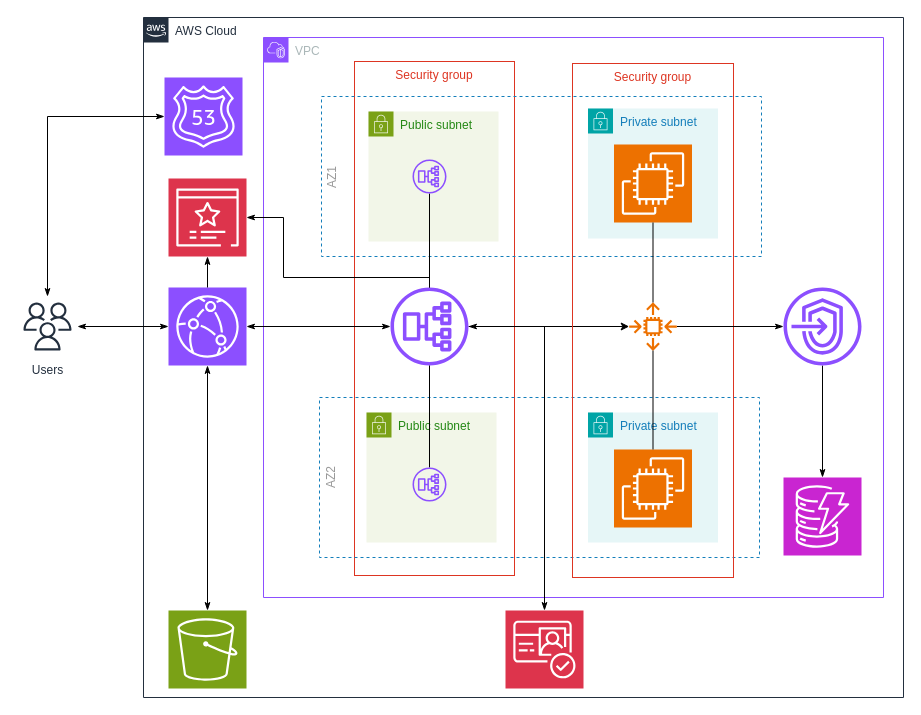
Above: docs/deployments.drawio in ospatil/aws-deployment-examples (draw.io), before the change. Source tidied: cells renumbered, new cells numbered last; positions are measured from the earlier drawing's top-left corner, leaving out a move shared by most shapes. Both pictures are drawn from the tidied source at 100%, with x=0, y=0 at pixel (17, 17).
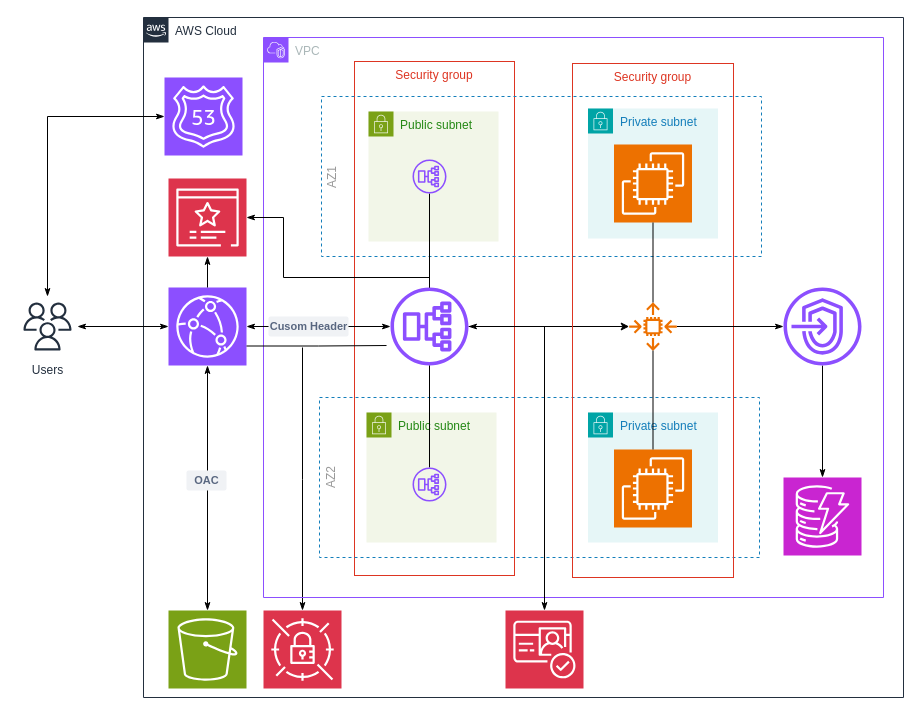
After the change.

Commit message (it also covers changes not shown here):
Update architecture diagram

Unchanged cells that the change refers to:
```xml
<mxCell id="4" value="AWS Cloud" style="gradientColor=none;html=1;whiteSpace=wrap;fontSize=12;fontStyle=0;shape=mxgraph.aws4.group;grIcon=mxgraph.aws4.group_aws_cloud_alt;strokeColor=#232F3E;fillColor=none;verticalAlign=top;align=left;spacingLeft=30;fontColor=#232F3E;dashed=0;" parent="1" vertex="1">
  <mxGeometry x="126" width="760" height="680" as="geometry" />
</mxCell>
<mxCell id="9" style="sketch=0;points=[[0,0,0],[0.25,0,0],[0.5,0,0],[0.75,0,0],[1,0,0],[0,1,0],[0.25,1,0],[0.5,1,0],[0.75,1,0],[1,1,0],[0,0.25,0],[0,0.5,0],[0,0.75,0],[1,0.25,0],[1,0.5,0],[1,0.75,0]];outlineConnect=0;fontColor=#232F3E;fillColor=#8C4FFF;strokeColor=#ffffff;dashed=0;verticalLabelPosition=bottom;verticalAlign=top;align=center;html=1;fontSize=12;fontStyle=0;shape=mxgraph.aws4.resourceIcon;resIcon=mxgraph.aws4.cloudfront;" parent="4" vertex="1">
  <mxGeometry x="25" y="270" width="78" height="78" as="geometry" />
</mxCell>
<mxCell id="31" style="sketch=0;outlineConnect=0;fontColor=#232F3E;gradientColor=none;fillColor=#8C4FFF;strokeColor=none;dashed=0;verticalLabelPosition=bottom;verticalAlign=top;align=center;html=1;fontSize=12;fontStyle=0;shape=mxgraph.aws4.application_load_balancer;rotation=-90;" parent="1" vertex="1">
  <mxGeometry x="373" y="270" width="78" height="78" as="geometry" />
</mxCell>
```

Diff of the diagram source:
```diff
@@
+    <mxCell id="42" value="OAC" style="dashed=0;html=1;fillColor=#F0F2F5;strokeColor=none;align=center;rounded=1;arcSize=10;fontColor=#596780;fontStyle=1;fontSize=11;shadow=0;" parent="4" vertex="1">
+      <mxGeometry x="43" y="453" width="40" height="20" as="geometry" />
+    </mxCell>
+    <mxCell id="43" style="edgeStyle=orthogonalEdgeStyle;rounded=0;jettySize=auto;html=1;startArrow=classicThin;startFill=1;endArrow=none;endFill=0;" parent="4" edge="1" source="44">
+      <mxGeometry relative="1" as="geometry">
+        <mxPoint x="159" y="330" as="targetPoint" />
+      </mxGeometry>
+    </mxCell>
+    <mxCell id="44" style="sketch=0;points=[[0,0,0],[0.25,0,0],[0.5,0,0],[0.75,0,0],[1,0,0],[0,1,0],[0.25,1,0],[0.5,1,0],[0.75,1,0],[1,1,0],[0,0.25,0],[0,0.5,0],[0,0.75,0],[1,0.25,0],[1,0.5,0],[1,0.75,0]];outlineConnect=0;fontColor=#232F3E;fillColor=#DD344C;strokeColor=#ffffff;dashed=0;verticalLabelPosition=bottom;verticalAlign=top;align=center;html=1;fontSize=12;fontStyle=0;shape=mxgraph.aws4.resourceIcon;resIcon=mxgraph.aws4.secrets_manager;" parent="4" vertex="1">
+      <mxGeometry x="120" y="593" width="78" height="78" as="geometry" />
+    </mxCell>
@@
+    <mxCell id="45" value="Cusom Header" style="dashed=0;html=1;fillColor=#F0F2F5;strokeColor=none;align=center;rounded=1;arcSize=10;fontColor=#596780;fontStyle=1;fontSize=11;shadow=0;" parent="1" vertex="1">
+      <mxGeometry x="251" y="299" width="80" height="20" as="geometry" />
+    </mxCell>
+    <mxCell id="46" style="edgeStyle=orthogonalEdgeStyle;rounded=0;jettySize=auto;html=1;exitX=1;exitY=0.75;exitDx=0;exitDy=0;exitPerimeter=0;entryX=0.256;entryY=-0.051;entryDx=0;entryDy=0;entryPerimeter=0;endArrow=none;endFill=0;" parent="1" edge="1" source="9" target="31">
+      <mxGeometry relative="1" as="geometry" />
+    </mxCell>
```
